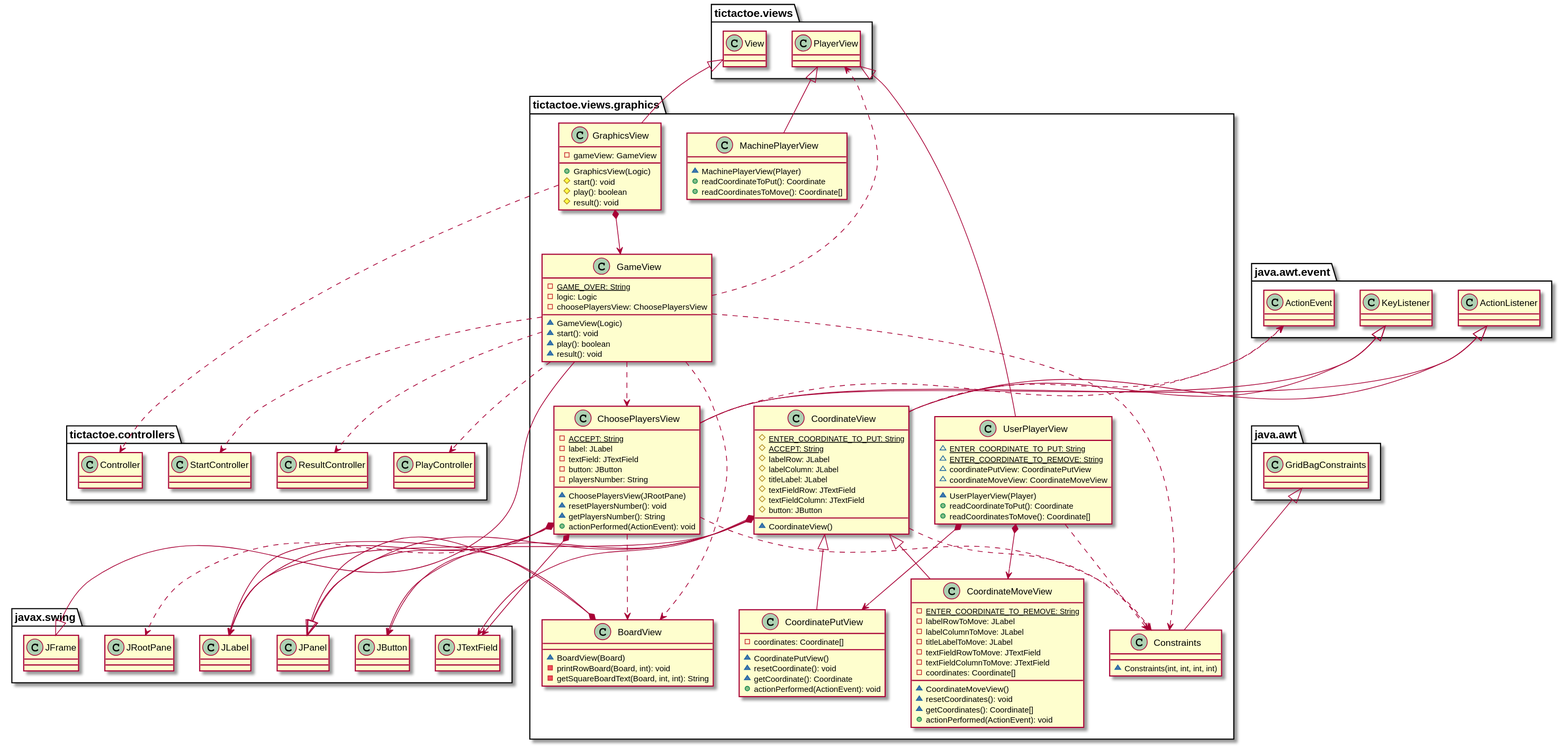
Earlier version of the PlantUML export docs/build/docs/asciidoc/images/tictactoeViewsGraphicsVersion7.svg (x-USantaTecla-game-ticTacToe/java). The source it was exported from:
```plantuml
@startuml

class  tictactoe.views.graphics.BoardView{
~ BoardView(Board)
- printRowBoard(Board, int): void
- getSquareBoardText(Board, int, int): String
}
javax.swing.JPanel <|-down- tictactoe.views.graphics.BoardView
tictactoe.views.graphics.BoardView *-down-> javax.swing.JLabel
tictactoe.views.graphics.ChoosePlayersView ..> tictactoe.views.graphics.BoardView

class  tictactoe.views.graphics.ChoosePlayersView{
- {static} ACCEPT: String
- label: JLabel
- textField: JTextField
- button: JButton
- playersNumber: String
~ ChoosePlayersView(JRootPane)
~ resetPlayersNumber(): void
~ getPlayersNumber(): String
+ actionPerformed(ActionEvent): void
}
javax.swing.JPanel <|-down- tictactoe.views.graphics.ChoosePlayersView
java.awt.event.ActionListener <|-down- tictactoe.views.graphics.ChoosePlayersView
java.awt.event.KeyListener <|-down- tictactoe.views.graphics.ChoosePlayersView
tictactoe.views.graphics.ChoosePlayersView *-down-> javax.swing.JLabel
tictactoe.views.graphics.ChoosePlayersView *-down-> javax.swing.JTextField
tictactoe.views.graphics.ChoosePlayersView *-down-> javax.swing.JButton
tictactoe.views.graphics.ChoosePlayersView ..> javax.swing.JRootPane
tictactoe.views.graphics.ChoosePlayersView ..> java.awt.event.ActionEvent
tictactoe.views.graphics.ChoosePlayersView ..> tictactoe.views.graphics.Constraints

class  tictactoe.views.graphics.Constraints{
~ Constraints(int, int, int, int)
}
java.awt.GridBagConstraints <|-down- tictactoe.views.graphics.Constraints

class  tictactoe.views.graphics.CoordinateMoveView{
- {static} ENTER_COORDINATE_TO_REMOVE: String
- labelRowToMove: JLabel
- labelColumnToMove: JLabel
- titleLabelToMove: JLabel
- textFieldRowToMove: JTextField
- textFieldColumnToMove: JTextField
- coordinates: Coordinate[]
~ CoordinateMoveView()
~ resetCoordinates(): void
~ getCoordinates(): Coordinate[]
+ actionPerformed(ActionEvent): void
}
tictactoe.views.graphics.CoordinateView <|-down- tictactoe.views.graphics.CoordinateMoveView

class  tictactoe.views.graphics.CoordinatePutView{
- coordinates: Coordinate[]
~ CoordinatePutView()
~ resetCoordinate(): void
~ getCoordinate(): Coordinate
+ actionPerformed(ActionEvent): void
}
tictactoe.views.graphics.CoordinateView <|-down- tictactoe.views.graphics.CoordinatePutView

class  tictactoe.views.graphics.CoordinateView{
# {static} ENTER_COORDINATE_TO_PUT: String
# {static} ACCEPT: String
# labelRow: JLabel
# labelColumn: JLabel
# titleLabel: JLabel
# textFieldRow: JTextField
# textFieldColumn: JTextField
# button: JButton
~ CoordinateView()
}
javax.swing.JPanel <|-down- tictactoe.views.graphics.CoordinateView
java.awt.event.ActionListener <|-down- tictactoe.views.graphics.CoordinateView
java.awt.event.KeyListener <|-down- tictactoe.views.graphics.CoordinateView
tictactoe.views.graphics.CoordinateView *-down-> javax.swing.JLabel
tictactoe.views.graphics.CoordinateView *-down-> javax.swing.JTextField
tictactoe.views.graphics.CoordinateView *-down-> javax.swing.JButton
tictactoe.views.graphics.CoordinateView ..> tictactoe.views.graphics.Constraints
tictactoe.views.graphics.CoordinateView ..> java.awt.event.ActionEvent

class  tictactoe.views.graphics.GameView{
- {static} GAME_OVER: String
- logic: Logic
- choosePlayersView: ChoosePlayersView
~ GameView(Logic)
~ start(): void
~ play(): boolean
~ result(): void
}
javax.swing.JFrame <|-down- tictactoe.views.graphics.GameView
tictactoe.views.graphics.GameView ..> tictactoe.controllers.StartController
tictactoe.views.graphics.GameView ..> tictactoe.controllers.PlayController
tictactoe.views.graphics.GameView ..> tictactoe.controllers.ResultController
tictactoe.views.graphics.GameView ..> tictactoe.views.graphics.ChoosePlayersView
tictactoe.views.graphics.GameView ..> tictactoe.views.PlayerView
tictactoe.views.graphics.GameView ..> tictactoe.views.graphics.BoardView
tictactoe.views.graphics.GameView ..> tictactoe.views.graphics.Constraints

class  tictactoe.views.graphics.GraphicsView{
- gameView: GameView
+ GraphicsView(Logic)
# start(): void
# play(): boolean
# result(): void
}
tictactoe.views.View <|-down- tictactoe.views.graphics.GraphicsView
tictactoe.views.graphics.GraphicsView *-down-> tictactoe.views.graphics.GameView
tictactoe.views.graphics.GraphicsView ..> tictactoe.controllers.Controller

class  tictactoe.views.graphics.MachinePlayerView{
~ MachinePlayerView(Player)
+ readCoordinateToPut(): Coordinate
+ readCoordinatesToMove(): Coordinate[]
}
tictactoe.views.PlayerView <|-down- tictactoe.views.graphics.MachinePlayerView

class  tictactoe.views.graphics.UserPlayerView{
~ {static} ENTER_COORDINATE_TO_PUT: String
~ {static} ENTER_COORDINATE_TO_REMOVE: String
~ coordinatePutView: CoordinatePutView
~ coordinateMoveView: CoordinateMoveView
~ UserPlayerView(Player)
+ readCoordinateToPut(): Coordinate
+ readCoordinatesToMove(): Coordinate[]
}
tictactoe.views.PlayerView <|-down- tictactoe.views.graphics.UserPlayerView
tictactoe.views.graphics.UserPlayerView *-down-> tictactoe.views.graphics.CoordinatePutView
tictactoe.views.graphics.UserPlayerView *-down-> tictactoe.views.graphics.CoordinateMoveView
tictactoe.views.graphics.UserPlayerView ..> tictactoe.views.graphics.Constraints

@enduml
```
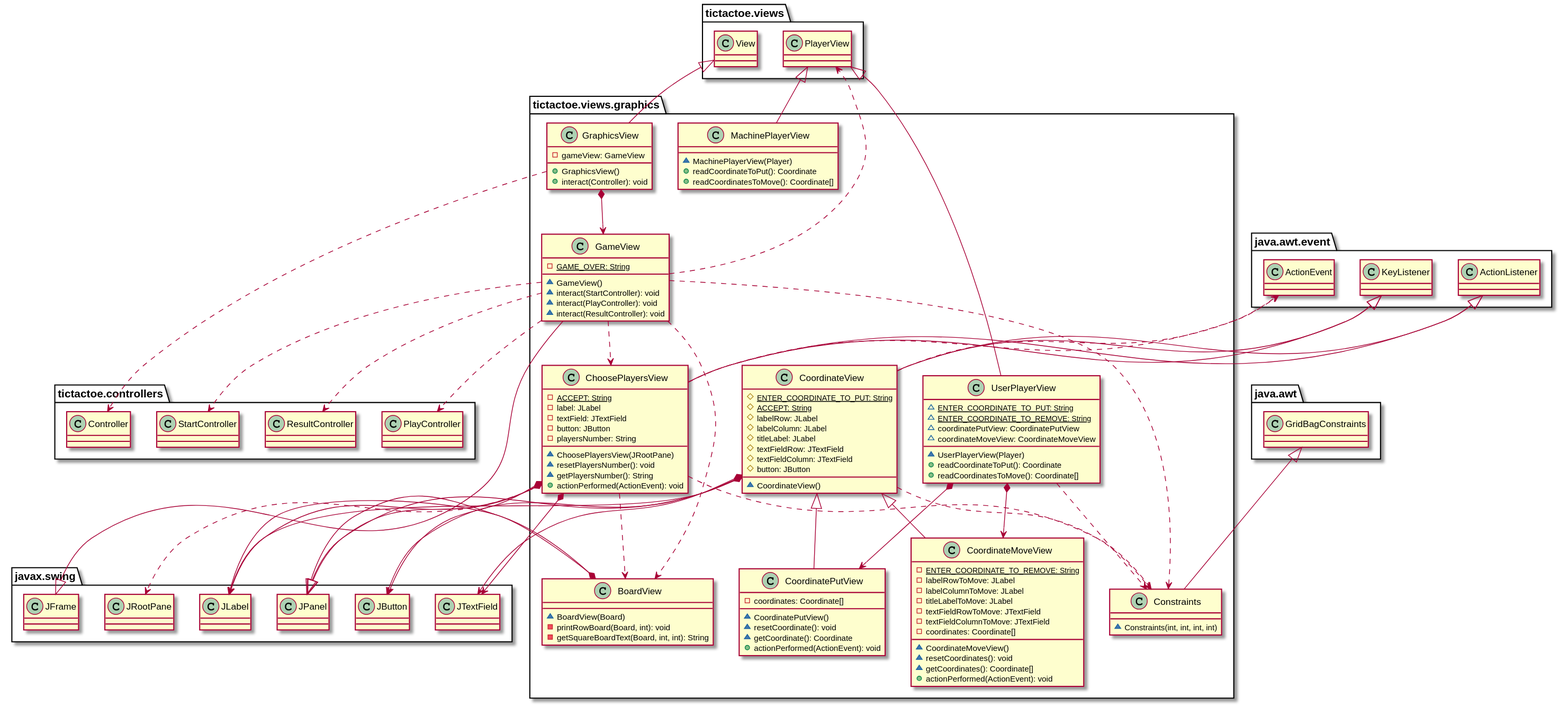
The same file after the commit.

Change to the diagram source:
```diff
@@ -81,12 +81,10 @@
 
 class  tictactoe.views.graphics.GameView{
 - {static} GAME_OVER: String
-- logic: Logic
-- choosePlayersView: ChoosePlayersView
-~ GameView(Logic)
-~ start(): void
-~ play(): boolean
-~ result(): void
+~ GameView()
+~ interact(StartController): void
+~ interact(PlayController): void
+~ interact(ResultController): void
 }
 javax.swing.JFrame <|-down- tictactoe.views.graphics.GameView
 tictactoe.views.graphics.GameView ..> tictactoe.controllers.StartController
@@ -99,10 +97,8 @@
 
 class  tictactoe.views.graphics.GraphicsView{
 - gameView: GameView
-+ GraphicsView(Logic)
-# start(): void
-# play(): boolean
-# result(): void
++ GraphicsView()
++ interact(Controller): void
 }
 tictactoe.views.View <|-down- tictactoe.views.graphics.GraphicsView
 tictactoe.views.graphics.GraphicsView *-down-> tictactoe.views.graphics.GameView
```
